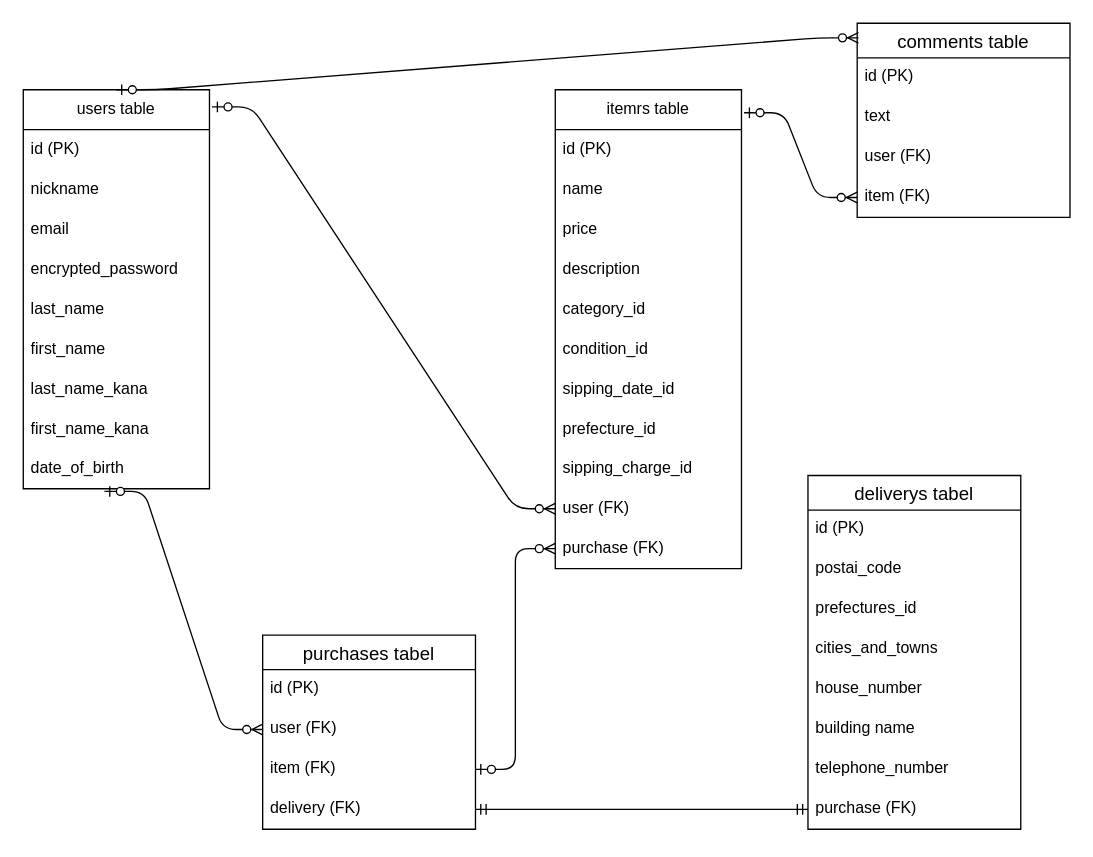
Before: furima.dio in hukudash1geki/furima-use_39486, a draw.io diagram. Source tidied: cells renumbered, new cells numbered last; positions are measured from the earlier drawing's top-left corner, leaving out a move shared by most shapes. Both pictures are drawn from the tidied source at 133%, with x=0, y=0 at pixel (23, 23).
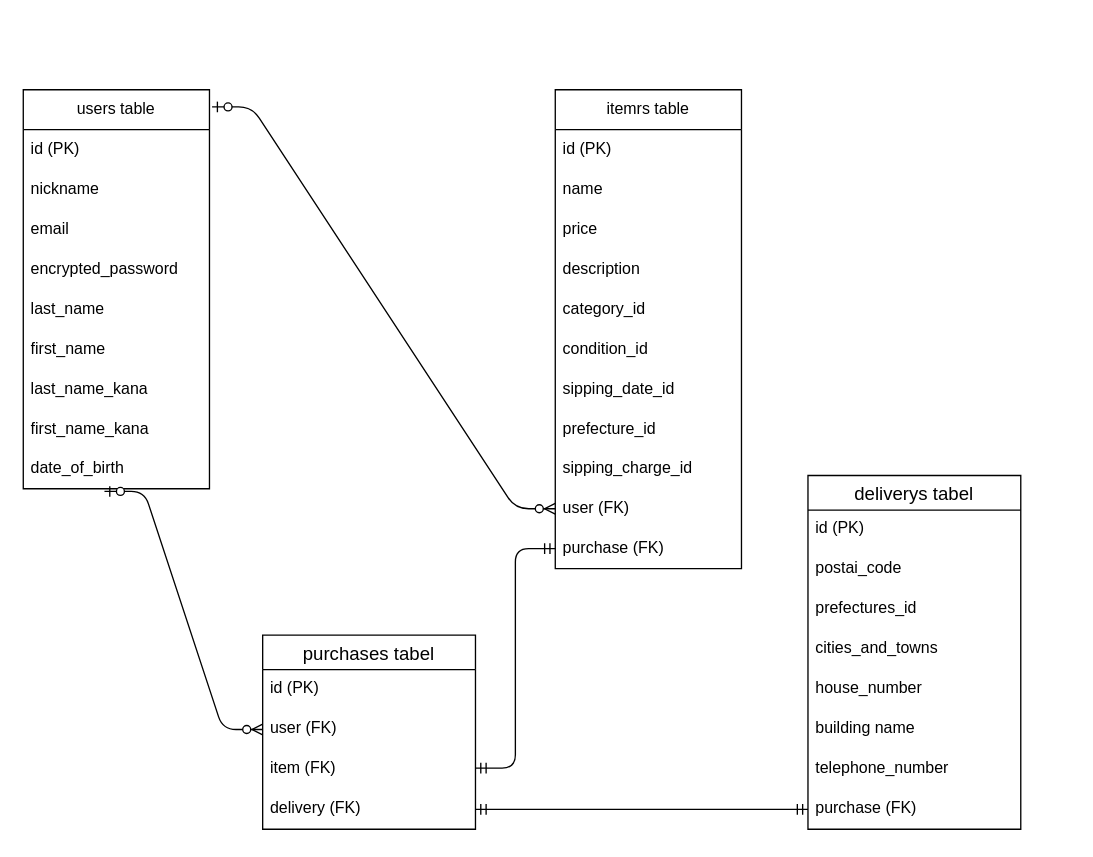
After the change.

Unchanged cells that the change refers to:
```xml
<mxCell id="2" value="users table" style="swimlane;fontStyle=0;horizontal=1;startSize=30;whiteSpace=wrap;html=1;" parent="1" vertex="1">
  <mxGeometry y="50" width="140" height="300" as="geometry" />
</mxCell>
<mxCell id="12" value="itemrs table" style="swimlane;fontStyle=0;horizontal=1;startSize=30;whiteSpace=wrap;html=1;" parent="1" vertex="1">
  <mxGeometry x="400" y="50" width="140" height="360" as="geometry" />
</mxCell>
<mxCell id="23" value="&lt;span style=&quot;&quot;&gt;purchase (FK)&lt;/span&gt;" style="text;strokeColor=none;fillColor=none;align=left;verticalAlign=middle;spacingLeft=4;spacingRight=4;overflow=hidden;points=[[0,0.5],[1,0.5]];portConstraint=eastwest;whiteSpace=wrap;html=1;" parent="12" vertex="1">
  <mxGeometry y="330" width="140" height="30" as="geometry" />
</mxCell>
<mxCell id="28" value="item (FK)" style="text;strokeColor=none;fillColor=none;spacingLeft=4;spacingRight=4;overflow=hidden;points=[[0,0.5],[1,0.5]];portConstraint=eastwest;fontSize=12;" parent="25" vertex="1">
  <mxGeometry y="86" width="160" height="30" as="geometry" />
</mxCell>
```

The edit, as a diff of the source:
```diff
@@
-    <mxCell id="31" style="edgeStyle=entityRelationEdgeStyle;fontSize=12;html=1;endArrow=ERzeroToMany;startArrow=ERzeroToOne;exitX=1;exitY=0.5;exitDx=0;exitDy=0;entryX=0;entryY=0.5;entryDx=0;entryDy=0;" parent="1" edge="1" source="28" target="23">
-      <mxGeometry relative="1" as="geometry" />
-    </mxCell>
@@
-    <mxCell id="42" value="comments table" style="swimlane;fontStyle=0;horizontal=1;startSize=26;align=center;fontSize=14;" parent="1" vertex="1">
-      <mxGeometry x="627" width="160" height="146" as="geometry" />
-    </mxCell>
-    <mxCell id="43" value="id (PK)" style="text;strokeColor=none;fillColor=none;spacingLeft=4;spacingRight=4;overflow=hidden;fontSize=12;" parent="42" vertex="1">
-      <mxGeometry y="26" width="160" height="30" as="geometry" />
-    </mxCell>
-    <mxCell id="44" value="text" style="text;strokeColor=none;fillColor=none;spacingLeft=4;spacingRight=4;overflow=hidden;fontSize=12;" parent="42" vertex="1">
-      <mxGeometry y="56" width="160" height="30" as="geometry" />
-    </mxCell>
-    <mxCell id="45" value="user (FK)" style="text;strokeColor=none;fillColor=none;spacingLeft=4;spacingRight=4;overflow=hidden;fontSize=12;" parent="42" vertex="1">
-      <mxGeometry y="86" width="160" height="30" as="geometry" />
-    </mxCell>
-    <mxCell id="46" value="item (FK)" style="text;strokeColor=none;fillColor=none;spacingLeft=4;spacingRight=4;overflow=hidden;points=[[0,0.5],[1,0.5]];portConstraint=eastwest;fontSize=12;" parent="42" vertex="1">
-      <mxGeometry y="116" width="160" height="30" as="geometry" />
-    </mxCell>
-    <mxCell id="47" style="edgeStyle=entityRelationEdgeStyle;fontSize=12;html=1;endArrow=ERzeroToMany;startArrow=ERzeroToOne;exitX=1.014;exitY=0.048;exitDx=0;exitDy=0;exitPerimeter=0;entryX=0;entryY=0.5;entryDx=0;entryDy=0;" parent="1" edge="1" source="12" target="46">
-      <mxGeometry relative="1" as="geometry" />
-    </mxCell>
-    <mxCell id="48" style="edgeStyle=entityRelationEdgeStyle;fontSize=12;html=1;endArrow=ERzeroToMany;startArrow=ERzeroToOne;exitX=0.5;exitY=0;exitDx=0;exitDy=0;entryX=0.006;entryY=0.075;entryDx=0;entryDy=0;entryPerimeter=0;" parent="1" edge="1" source="2" target="42">
-      <mxGeometry relative="1" as="geometry" />
-    </mxCell>
+    <mxCell id="49" style="edgeStyle=entityRelationEdgeStyle;fontSize=12;html=1;endArrow=ERmandOne;startArrow=ERmandOne;entryX=0;entryY=0.5;entryDx=0;entryDy=0;" parent="1" edge="1" target="23">
+      <mxGeometry relative="1" as="geometry">
+        <mxPoint x="340" y="560" as="sourcePoint" />
+      </mxGeometry>
+    </mxCell>
```
